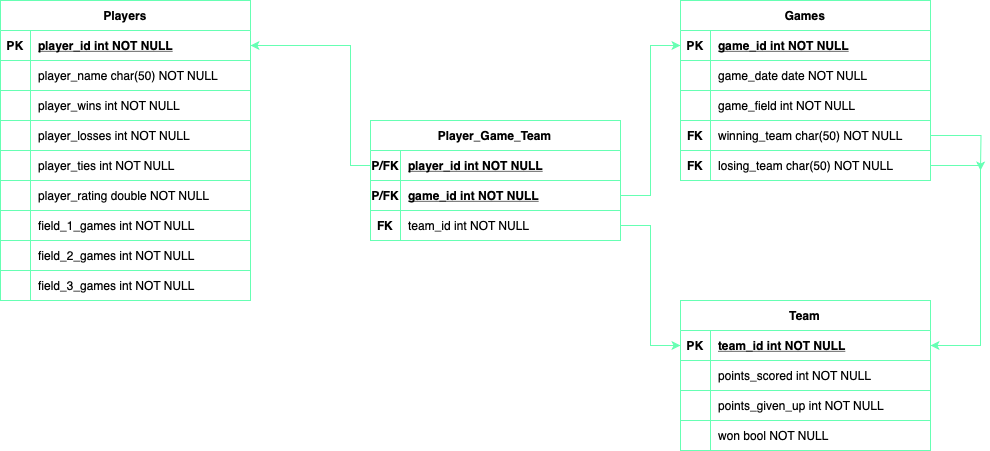
This is Untitled Diagram.drawio.png from claywrentz/Frisbee-Team-Builder, a draw.io export, as it was before one commit. Source tidied: cells renumbered, new cells last; positions are measured from the earlier drawing's top-left corner, leaving out a move shared by most shapes.
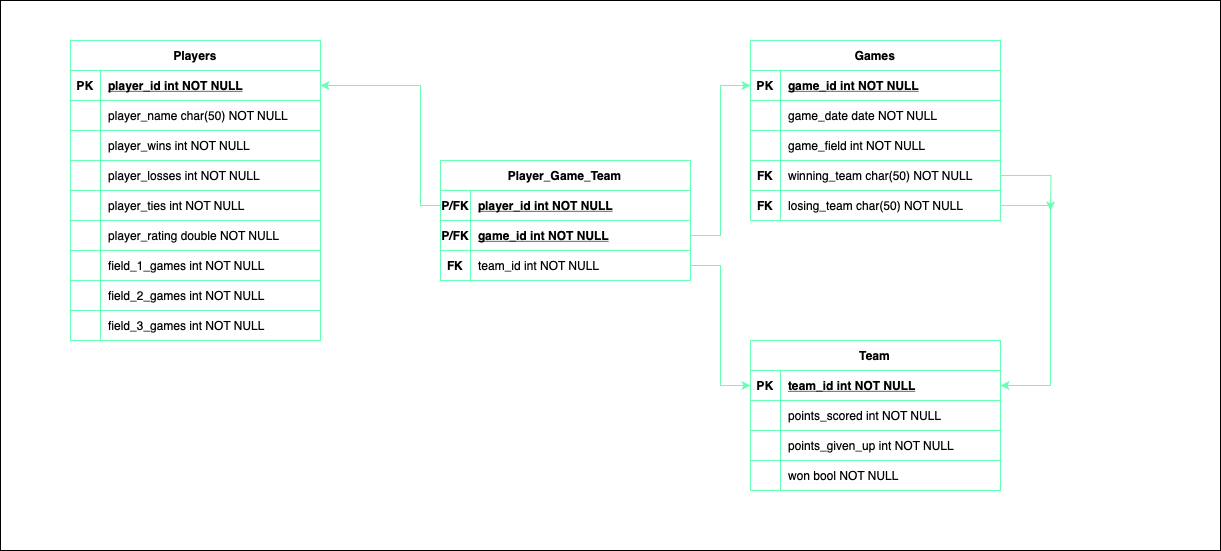
The same diagram one commit later.

Change to the diagram source:
```diff
@@ -2,6 +2,9 @@
   <root>
     <mxCell id="0" />
     <mxCell id="1" parent="0" />
+    <mxCell id="74" style="whiteSpace=wrap;html=1;" parent="1" vertex="1">
+      <mxGeometry x="-70" y="-40" width="1220" height="550" as="geometry" />
+    </mxCell>
     <mxCell id="2" value="Players" style="shape=table;startSize=30;rowLines=0;fontStyle=1;align=center;strokeColor=light-dark(#66FFB3,#FFFFFF);" parent="1" vertex="1">
       <mxGeometry width="250" height="300" as="geometry" />
     </mxCell>
```
